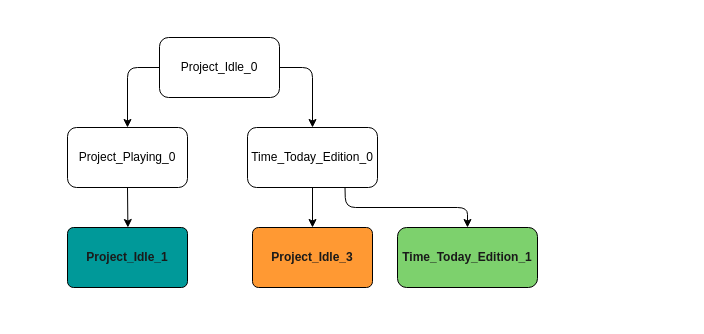
The draw.io diagram docs/04_assignment/schema/02_edit_time_today/02_transition_tree.drawio in Jumaruba/jtimesched, before the edit. Source tidied: cells renumbered, new cells numbered last; positions are measured from the earlier drawing's top-left corner, leaving out a move shared by most shapes. Both pictures are drawn from the tidied source at 100%, with x=0, y=0 at pixel (17, 17).
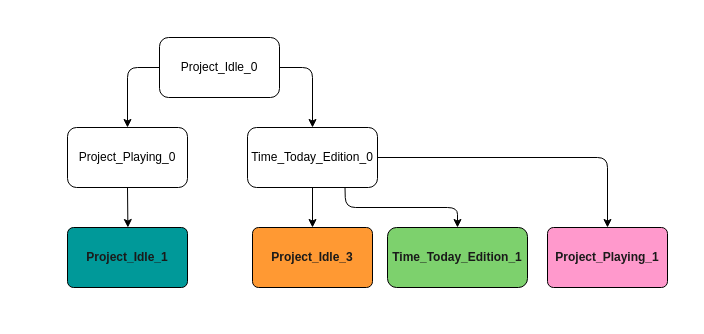
The same page after the edit.

Unchanged cells that the change refers to:
```xml
<mxCell id="10" value="Time_Today_Edition_0" style="rounded=1;whiteSpace=wrap;html=1;fillColor=none;strokeColor=#000000;fontColor=#000000;" parent="1" vertex="1">
  <mxGeometry x="230" y="110" width="130" height="60" as="geometry" />
</mxCell>
```

Diff of the diagram source:
```diff
@@
     <mxCell id="2" style="rounded=0;whiteSpace=wrap;html=1;fillColor=#FFFFFF;strokeColor=none;strokeWidth=0;" parent="1" vertex="1">
-      <mxGeometry width="570" height="300" as="geometry" />
+      <mxGeometry width="670" height="300" as="geometry" />
     </mxCell>
@@
     <mxCell id="9" style="edgeStyle=none;html=1;exitX=0.75;exitY=1;exitDx=0;exitDy=0;entryX=0.5;entryY=0;entryDx=0;entryDy=0;fontColor=#000000;strokeColor=#000000;" parent="1" edge="1" source="10" target="13">
       <mxGeometry relative="1" as="geometry">
         <Array as="points">
           <mxPoint x="328" y="190" />
-          <mxPoint x="450" y="190" />
+          <mxPoint x="440" y="190" />
         </Array>
       </mxGeometry>
     </mxCell>
+    <mxCell id="14" style="edgeStyle=none;html=1;exitX=1;exitY=0.5;exitDx=0;exitDy=0;entryX=0.5;entryY=0;entryDx=0;entryDy=0;strokeColor=#000000;" parent="1" edge="1" source="10" target="15">
+      <mxGeometry relative="1" as="geometry">
+        <Array as="points">
+          <mxPoint x="590" y="140" />
+        </Array>
+      </mxGeometry>
+    </mxCell>
@@
     <mxCell id="13" value="Time_Today_Edition_1" style="rounded=1;whiteSpace=wrap;html=1;fillColor=#7DD16D;strokeColor=#000000;fontColor=#1A1A1A;fontStyle=1;" parent="1" vertex="1">
-      <mxGeometry x="380" y="210" width="140" height="60" as="geometry" />
+      <mxGeometry x="370" y="210" width="140" height="60" as="geometry" />
     </mxCell>
+    <mxCell id="15" value="&lt;b&gt;&lt;font&gt;Project_Playing_1&lt;/font&gt;&lt;/b&gt;" style="rounded=1;whiteSpace=wrap;html=1;arcSize=10;fillColor=#FF99CC;fontColor=#1A1A1A;strokeColor=#000000;" parent="1" vertex="1">
+      <mxGeometry x="530" y="210" width="120" height="60" as="geometry" />
+    </mxCell>
```
